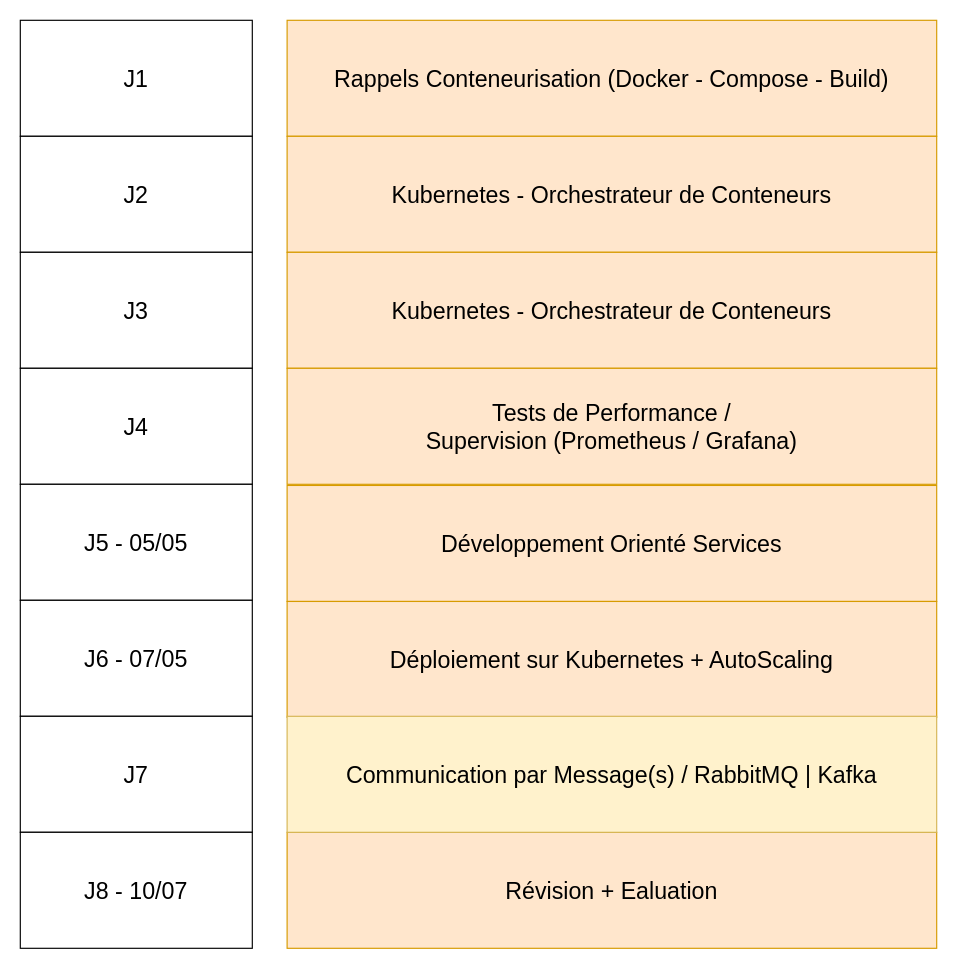
The draw.io diagram page "Page-1" (1 of 8) of planning.drawio in argonaultes-education/hexagone-3b-3INSI-2026, before the edit. Source tidied: cells renumbered, new cells numbered last; positions are measured from the earlier drawing's top-left corner, leaving out a move shared by most shapes. Both pictures are drawn from the tidied source at 116%, with x=0, y=0 at pixel (20, 20).
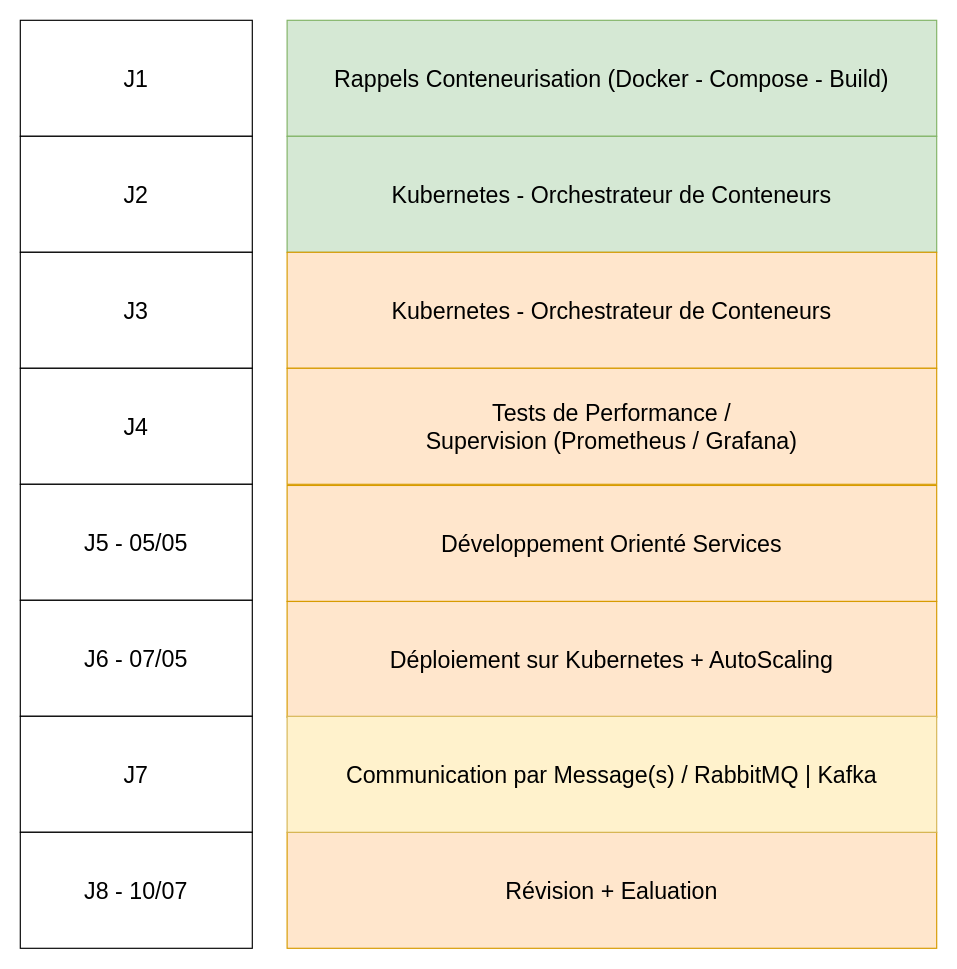
The same page after the edit.

Change to the diagram source:
```diff
@@
 <mxGraphModel>
   <root>
     <mxCell id="0" />
     <mxCell id="1" parent="0" />
     <mxCell id="2" value="J1" style="rounded=0;whiteSpace=wrap;html=1;fontSize=20;" parent="1" vertex="1">
       <mxGeometry width="200" height="100" as="geometry" />
     </mxCell>
     <mxCell id="3" value="J2" style="rounded=0;whiteSpace=wrap;html=1;fontSize=20;" parent="1" vertex="1">
       <mxGeometry y="100" width="200" height="100" as="geometry" />
     </mxCell>
     <mxCell id="4" value="J3" style="rounded=0;whiteSpace=wrap;html=1;fontSize=20;" parent="1" vertex="1">
       <mxGeometry y="200" width="200" height="100" as="geometry" />
     </mxCell>
     <mxCell id="5" value="J4" style="rounded=0;whiteSpace=wrap;html=1;fontSize=20;" parent="1" vertex="1">
       <mxGeometry y="300" width="200" height="100" as="geometry" />
     </mxCell>
     <mxCell id="6" value="J5 - 05/05" style="rounded=0;whiteSpace=wrap;html=1;fontSize=20;" parent="1" vertex="1">
       <mxGeometry y="400" width="200" height="100" as="geometry" />
     </mxCell>
     <mxCell id="7" value="J6 - 07/05" style="rounded=0;whiteSpace=wrap;html=1;fontSize=20;" parent="1" vertex="1">
       <mxGeometry y="500" width="200" height="100" as="geometry" />
     </mxCell>
     <mxCell id="8" value="J7" style="rounded=0;whiteSpace=wrap;html=1;fontSize=20;" parent="1" vertex="1">
       <mxGeometry y="600" width="200" height="100" as="geometry" />
     </mxCell>
     <mxCell id="9" value="J8 - 10/07" style="rounded=0;whiteSpace=wrap;html=1;fontSize=20;" parent="1" vertex="1">
       <mxGeometry y="700" width="200" height="100" as="geometry" />
     </mxCell>
-    <mxCell id="10" value="Rappels Conteneurisation (Docker - Compose - Build)" style="rounded=0;whiteSpace=wrap;html=1;fontSize=20;fillColor=#ffe6cc;strokeColor=#d79b00;" parent="1" vertex="1">
+    <mxCell id="10" value="Rappels Conteneurisation (Docker - Compose - Build)" style="rounded=0;whiteSpace=wrap;html=1;fontSize=20;fillColor=#d5e8d4;strokeColor=#82b366;" parent="1" vertex="1">
       <mxGeometry x="230" width="560" height="100" as="geometry" />
     </mxCell>
-    <mxCell id="11" value="Kubernetes - Orchestrateur de Conteneurs" style="rounded=0;whiteSpace=wrap;html=1;fontSize=20;fillColor=#ffe6cc;strokeColor=#d79b00;" parent="1" vertex="1">
+    <mxCell id="11" value="Kubernetes - Orchestrateur de Conteneurs" style="rounded=0;whiteSpace=wrap;html=1;fontSize=20;fillColor=#d5e8d4;strokeColor=#82b366;" parent="1" vertex="1">
       <mxGeometry x="230" y="100" width="560" height="100" as="geometry" />
     </mxCell>
     <mxCell id="12" value="Kubernetes - Orchestrateur de Conteneurs" style="rounded=0;whiteSpace=wrap;html=1;fontSize=20;fillColor=#ffe6cc;strokeColor=#d79b00;" parent="1" vertex="1">
       <mxGeometry x="230" y="200" width="560" height="100" as="geometry" />
     </mxCell>
     <mxCell id="13" value="Tests de Performance /&lt;div&gt;Supervision (Prometheus / Grafana)&lt;/div&gt;" style="rounded=0;whiteSpace=wrap;html=1;fontSize=20;fillColor=#ffe6cc;strokeColor=#d79b00;" parent="1" vertex="1">
       <mxGeometry x="230" y="300" width="560" height="100" as="geometry" />
     </mxCell>
     <mxCell id="14" value="Développement Orienté Services" style="rounded=0;whiteSpace=wrap;html=1;fontSize=20;fillColor=#ffe6cc;strokeColor=#d79b00;" parent="1" vertex="1">
       <mxGeometry x="230" y="401" width="560" height="100" as="geometry" />
     </mxCell>
     <mxCell id="15" value="Déploiement sur Kubernetes + AutoScaling" style="rounded=0;whiteSpace=wrap;html=1;fontSize=20;fillColor=#ffe6cc;strokeColor=#d79b00;" parent="1" vertex="1">
       <mxGeometry x="230" y="501" width="560" height="100" as="geometry" />
     </mxCell>
     <mxCell id="16" value="Révision + Ealuation" style="rounded=0;whiteSpace=wrap;html=1;fontSize=20;fillColor=#ffe6cc;strokeColor=#d79b00;" parent="1" vertex="1">
       <mxGeometry x="230" y="700" width="560" height="100" as="geometry" />
     </mxCell>
     <mxCell id="17" value="Communication par Message(s) / RabbitMQ | Kafka" style="rounded=0;whiteSpace=wrap;html=1;fontSize=20;fillColor=#fff2cc;strokeColor=#d6b656;" parent="1" vertex="1">
       <mxGeometry x="230" y="600" width="560" height="100" as="geometry" />
     </mxCell>
   </root>
 </mxGraphModel>
```
